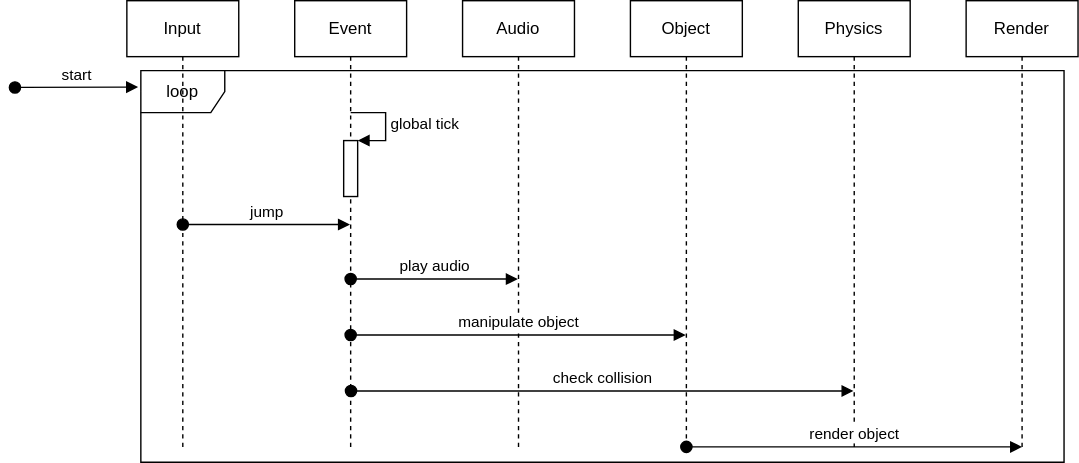
Above: doc/game_loop_sequence_diagram.drawio.svg in kruserr/budget-flappy-bird-engine (draw.io), before the change. Source tidied: cells renumbered, new cells last; positions are measured from the earlier drawing's top-left corner, leaving out a move shared by most shapes.
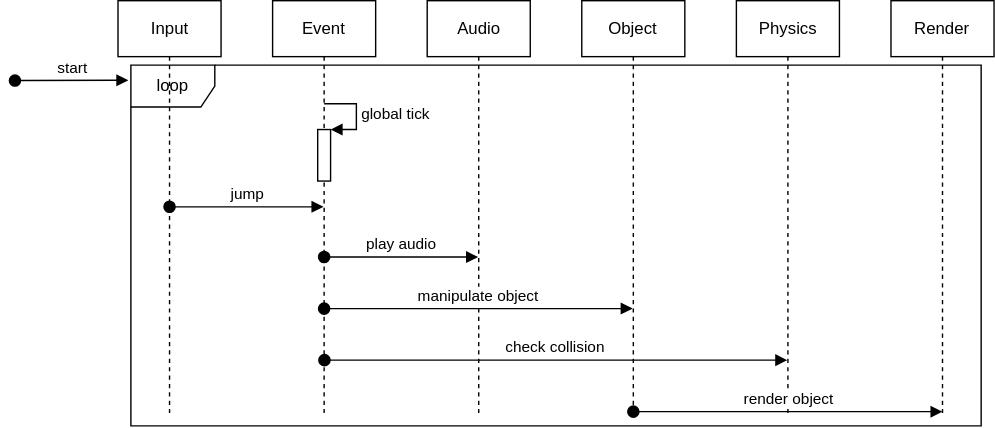
After the change.

Commit message:
update_doc: game_loop

Change to the diagram source:
```diff
@@ -2,71 +2,74 @@
   <root>
     <mxCell id="0" />
     <mxCell id="1" parent="0" />
+    <mxCell id="17" style="group;" parent="1" vertex="1">
+      <mxGeometry x="19" y="40" width="700" height="303.9" as="geometry" />
+    </mxCell>
-    <mxCell id="2" value="loop" style="shape=umlFrame;whiteSpace=wrap;html=1;" parent="1" vertex="1">
-      <mxGeometry x="90" y="50" width="660" height="280" as="geometry" />
+    <mxCell id="2" value="loop" style="shape=umlFrame;whiteSpace=wrap;html=1;" parent="17" vertex="1">
+      <mxGeometry x="82.9" y="46.1" width="607.9" height="257.9" as="geometry" />
     </mxCell>
-    <mxCell id="3" value="Input" style="shape=umlLifeline;perimeter=lifelinePerimeter;whiteSpace=wrap;html=1;" parent="1" vertex="1">
-      <mxGeometry x="80" width="80" height="320" as="geometry" />
+    <mxCell id="3" value="Input" style="shape=umlLifeline;perimeter=lifelinePerimeter;whiteSpace=wrap;html=1;" parent="17" vertex="1">
+      <mxGeometry x="73.7" width="73.7" height="294.7" as="geometry" />
     </mxCell>
-    <mxCell id="4" value="Audio" style="shape=umlLifeline;perimeter=lifelinePerimeter;whiteSpace=wrap;html=1;" parent="1" vertex="1">
-      <mxGeometry x="320" width="80" height="320" as="geometry" />
+    <mxCell id="4" value="Audio" style="shape=umlLifeline;perimeter=lifelinePerimeter;whiteSpace=wrap;html=1;" parent="17" vertex="1">
+      <mxGeometry x="294.7" width="73.7" height="294.7" as="geometry" />
     </mxCell>
-    <mxCell id="5" value="Event" style="shape=umlLifeline;perimeter=lifelinePerimeter;whiteSpace=wrap;html=1;" parent="1" vertex="1">
-      <mxGeometry x="200" width="80" height="320" as="geometry" />
+    <mxCell id="5" value="Event" style="shape=umlLifeline;perimeter=lifelinePerimeter;whiteSpace=wrap;html=1;" parent="17" vertex="1">
+      <mxGeometry x="184.2" width="73.7" height="294.7" as="geometry" />
     </mxCell>
     <mxCell id="6" style="html=1;points=[];perimeter=orthogonalPerimeter;" parent="5" vertex="1">
-      <mxGeometry x="35" y="100" width="10" height="40" as="geometry" />
+      <mxGeometry x="32.2" y="92.1" width="9.2" height="36.8" as="geometry" />
     </mxCell>
     <mxCell id="7" value="global tick" style="edgeStyle=orthogonalEdgeStyle;html=1;align=left;spacingLeft=2;endArrow=block;rounded=0;entryX=1;entryY=0;" parent="5" edge="1" target="6">
       <mxGeometry relative="1" as="geometry">
-        <mxPoint x="40" y="80" as="sourcePoint" />
+        <mxPoint x="36.8" y="73.7" as="sourcePoint" />
         <Array as="points">
-          <mxPoint x="65" y="80" />
+          <mxPoint x="59.9" y="73.7" />
         </Array>
       </mxGeometry>
     </mxCell>
-    <mxCell id="8" value="Render" style="shape=umlLifeline;perimeter=lifelinePerimeter;whiteSpace=wrap;html=1;" parent="1" vertex="1">
-      <mxGeometry x="680" width="80" height="320" as="geometry" />
+    <mxCell id="8" value="Render" style="shape=umlLifeline;perimeter=lifelinePerimeter;whiteSpace=wrap;html=1;" parent="17" vertex="1">
+      <mxGeometry x="626.3" width="73.7" height="294.7" as="geometry" />
     </mxCell>
-    <mxCell id="9" value="play audio" style="html=1;verticalAlign=bottom;startArrow=oval;startFill=1;endArrow=block;startSize=8;" parent="1" edge="1">
+    <mxCell id="9" value="play audio" style="html=1;verticalAlign=bottom;startArrow=oval;startFill=1;endArrow=block;startSize=8;" parent="17" edge="1">
       <mxGeometry relative="1" as="geometry">
-        <mxPoint x="240" y="199" as="sourcePoint" />
-        <mxPoint x="359.5" y="199" as="targetPoint" />
+        <mxPoint x="221.1" y="183.3" as="sourcePoint" />
+        <mxPoint x="331.1" y="183.3" as="targetPoint" />
       </mxGeometry>
     </mxCell>
-    <mxCell id="10" value="Object" style="shape=umlLifeline;perimeter=lifelinePerimeter;whiteSpace=wrap;html=1;" parent="1" vertex="1">
-      <mxGeometry x="440" width="80" height="320" as="geometry" />
+    <mxCell id="10" value="Object" style="shape=umlLifeline;perimeter=lifelinePerimeter;whiteSpace=wrap;html=1;" parent="17" vertex="1">
+      <mxGeometry x="405.3" width="73.7" height="294.7" as="geometry" />
     </mxCell>
-    <mxCell id="11" value="Physics" style="shape=umlLifeline;perimeter=lifelinePerimeter;whiteSpace=wrap;html=1;" parent="1" vertex="1">
-      <mxGeometry x="560" width="80" height="320" as="geometry" />
+    <mxCell id="11" value="Physics" style="shape=umlLifeline;perimeter=lifelinePerimeter;whiteSpace=wrap;html=1;" parent="17" vertex="1">
+      <mxGeometry x="515.8" width="73.7" height="294.7" as="geometry" />
     </mxCell>
-    <mxCell id="12" value="manipulate object" style="html=1;verticalAlign=bottom;startArrow=oval;startFill=1;endArrow=block;startSize=8;" parent="1" edge="1">
+    <mxCell id="12" value="manipulate object" style="html=1;verticalAlign=bottom;startArrow=oval;startFill=1;endArrow=block;startSize=8;" parent="17" edge="1">
       <mxGeometry relative="1" as="geometry">
-        <mxPoint x="240" y="239" as="sourcePoint" />
-        <mxPoint x="479.5" y="239" as="targetPoint" />
+        <mxPoint x="221.1" y="220.1" as="sourcePoint" />
+        <mxPoint x="441.6" y="220.1" as="targetPoint" />
       </mxGeometry>
     </mxCell>
-    <mxCell id="13" value="start" style="html=1;verticalAlign=bottom;startArrow=oval;startFill=1;endArrow=block;startSize=8;entryX=-0.003;entryY=0.042;entryDx=0;entryDy=0;entryPerimeter=0;" parent="1" edge="1" target="2">
+    <mxCell id="13" value="start" style="html=1;verticalAlign=bottom;startArrow=oval;startFill=1;endArrow=block;startSize=8;entryX=-0.003;entryY=0.042;entryDx=0;entryDy=0;entryPerimeter=0;" parent="17" edge="1" target="2">
       <mxGeometry relative="1" as="geometry">
-        <mxPoint y="62" as="sourcePoint" />
+        <mxPoint y="57.1" as="sourcePoint" />
       </mxGeometry>
     </mxCell>
-    <mxCell id="14" value="check collision" style="html=1;verticalAlign=bottom;startArrow=oval;startFill=1;endArrow=block;startSize=8;" parent="1" edge="1">
+    <mxCell id="14" value="check collision" style="html=1;verticalAlign=bottom;startArrow=oval;startFill=1;endArrow=block;startSize=8;" parent="17" edge="1">
       <mxGeometry relative="1" as="geometry">
-        <mxPoint x="240.2" y="279" as="sourcePoint" />
-        <mxPoint x="599.5" y="279" as="targetPoint" />
+        <mxPoint x="221.3" y="257" as="sourcePoint" />
+        <mxPoint x="552.2" y="257" as="targetPoint" />
       </mxGeometry>
     </mxCell>
-    <mxCell id="15" value="render object" style="html=1;verticalAlign=bottom;startArrow=oval;startFill=1;endArrow=block;startSize=8;" parent="1" edge="1">
+    <mxCell id="15" value="render object" style="html=1;verticalAlign=bottom;startArrow=oval;startFill=1;endArrow=block;startSize=8;" parent="17" edge="1">
       <mxGeometry relative="1" as="geometry">
-        <mxPoint x="480" y="319" as="sourcePoint" />
-        <mxPoint x="720" y="319" as="targetPoint" />
+        <mxPoint x="442.1" y="293.8" as="sourcePoint" />
+        <mxPoint x="663.2" y="293.8" as="targetPoint" />
       </mxGeometry>
     </mxCell>
-    <mxCell id="16" value="jump" style="html=1;verticalAlign=bottom;startArrow=oval;startFill=1;endArrow=block;startSize=8;" parent="1" edge="1">
+    <mxCell id="16" value="jump" style="html=1;verticalAlign=bottom;startArrow=oval;startFill=1;endArrow=block;startSize=8;" parent="17" edge="1">
       <mxGeometry relative="1" as="geometry">
-        <mxPoint x="120" y="160" as="sourcePoint" />
-        <mxPoint x="239.5" y="160" as="targetPoint" />
+        <mxPoint x="110.5" y="147.4" as="sourcePoint" />
+        <mxPoint x="220.6" y="147.4" as="targetPoint" />
       </mxGeometry>
     </mxCell>
   </root>
```
